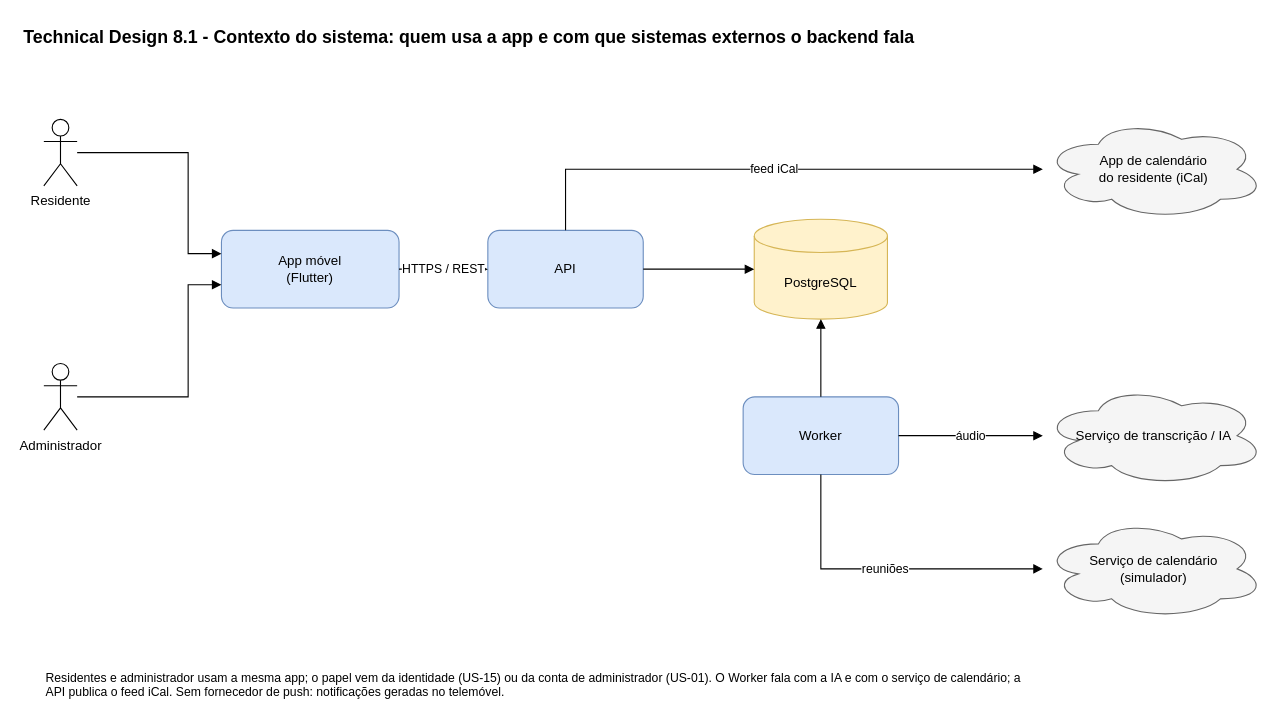
LMNSdev/LABDSOF_DOMUSCAST keeps this draw.io diagram as page "1. Contexto do sistema" (1 of 5) of docs/sprintA/technical-design.drawio. Above is the earlier version. Source tidied: cells renumbered, new cells numbered last; positions are measured from the earlier drawing's top-left corner, leaving out a move shared by most shapes. Both pictures are drawn from the tidied source at 111%, with x=0, y=0 at pixel (21, 19).
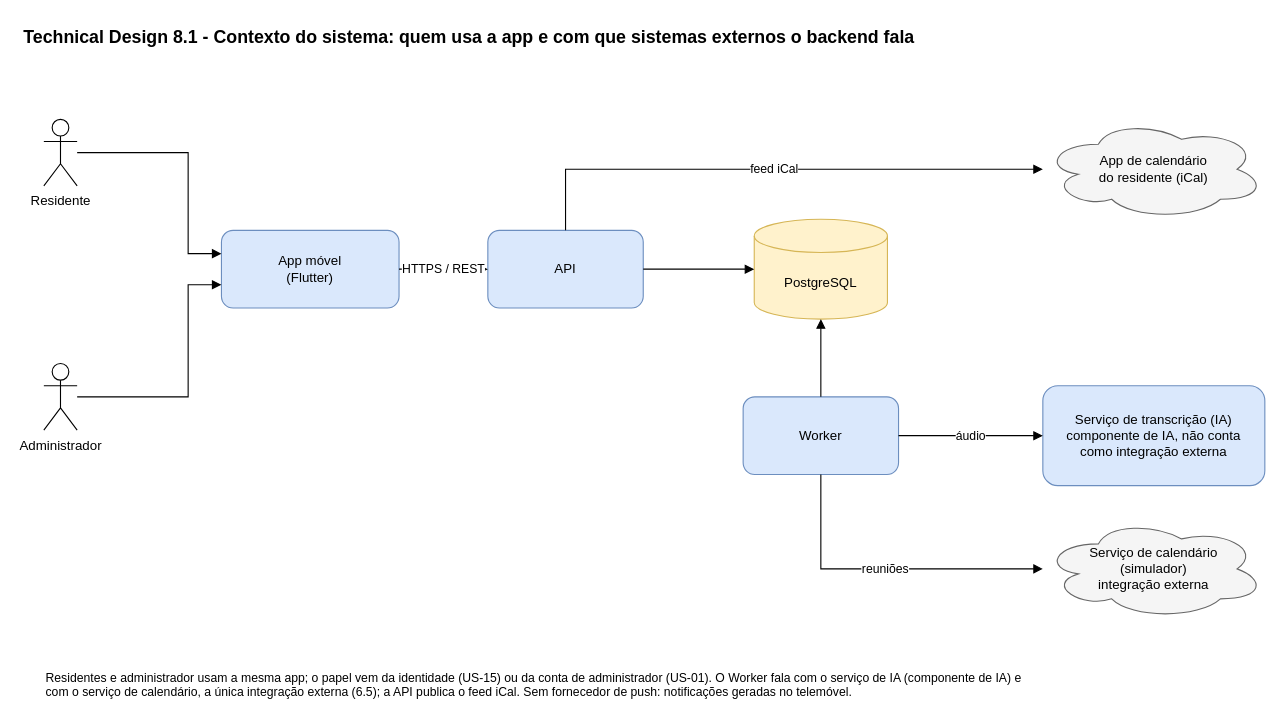
The same diagram, later.

Commit message (it also covers changes not shown here):
[#30] - serviço externo

What changed in the source:
```diff
@@
-    <mxCell id="9" value="Serviço de transcrição / IA" style="ellipse;shape=cloud;whiteSpace=wrap;html=1;fillColor=#f5f5f5;strokeColor=#666666;" parent="1" vertex="1">
+    <mxCell id="9" value="Serviço de transcrição (IA)&lt;br&gt;componente de IA, não conta&lt;br&gt;como integração externa" style="rounded=1;whiteSpace=wrap;html=1;fillColor=#dae8fc;strokeColor=#6c8ebf;" parent="1" vertex="1">
       <mxGeometry x="920" y="330" width="200" height="90" as="geometry" />
     </mxCell>
-    <mxCell id="10" value="Serviço de calendário&lt;br&gt;(simulador)" style="ellipse;shape=cloud;whiteSpace=wrap;html=1;fillColor=#f5f5f5;strokeColor=#666666;" parent="1" vertex="1">
+    <mxCell id="10" value="Serviço de calendário&lt;br&gt;(simulador)&lt;br&gt;integração externa" style="ellipse;shape=cloud;whiteSpace=wrap;html=1;fillColor=#f5f5f5;strokeColor=#666666;" parent="1" vertex="1">
       <mxGeometry x="920" y="450" width="200" height="90" as="geometry" />
     </mxCell>
@@
-    <mxCell id="12" value="Residentes e administrador usam a mesma app; o papel vem da identidade (US-15) ou da conta de administrador (US-01). O Worker fala com a IA e com o serviço de calendário; a API publica o feed iCal. Sem fornecedor de push: notificações geradas no telemóvel." style="text;html=1;align=left;verticalAlign=top;whiteSpace=wrap;fontSize=11;" parent="1" vertex="1">
+    <mxCell id="12" value="Residentes e administrador usam a mesma app; o papel vem da identidade (US-15) ou da conta de administrador (US-01). O Worker fala com o serviço de IA (componente de IA) e com o serviço de calendário, a única integração externa (6.5); a API publica o feed iCal. Sem fornecedor de push: notificações geradas no telemóvel." style="text;html=1;align=left;verticalAlign=top;whiteSpace=wrap;fontSize=11;" parent="1" vertex="1">
       <mxGeometry x="20" y="580" width="900" height="40" as="geometry" />
     </mxCell>
```
